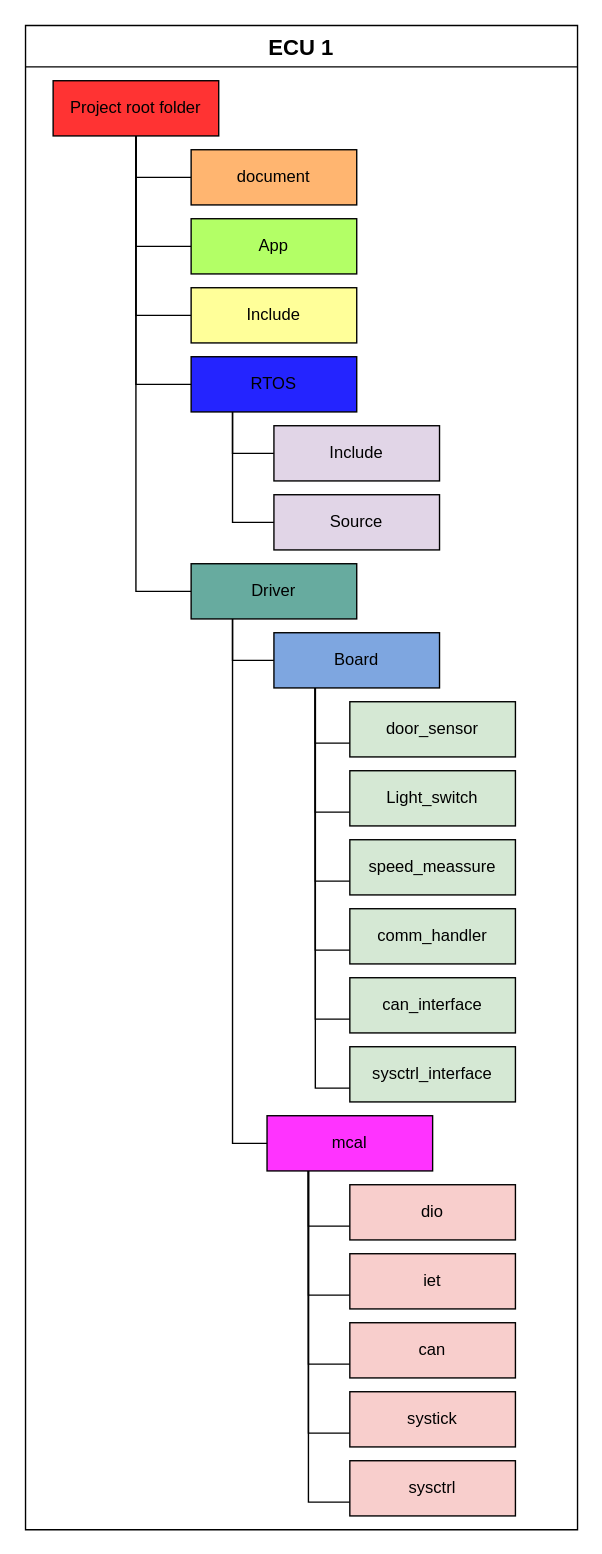
Before: page "ECU 1 Folder structure" (4 of 6) of 1-Automotive_Door_Monitor_Static_Design.drawio in Mohamed-abdullah-hassan/EG-FWD_Automotive_door_control, a draw.io diagram. Source tidied: cells renumbered, new cells numbered last; positions are measured from the earlier drawing's top-left corner, leaving out a move shared by most shapes. Both pictures are drawn from the tidied source at 138%, with x=0, y=0 at pixel (25, 25).
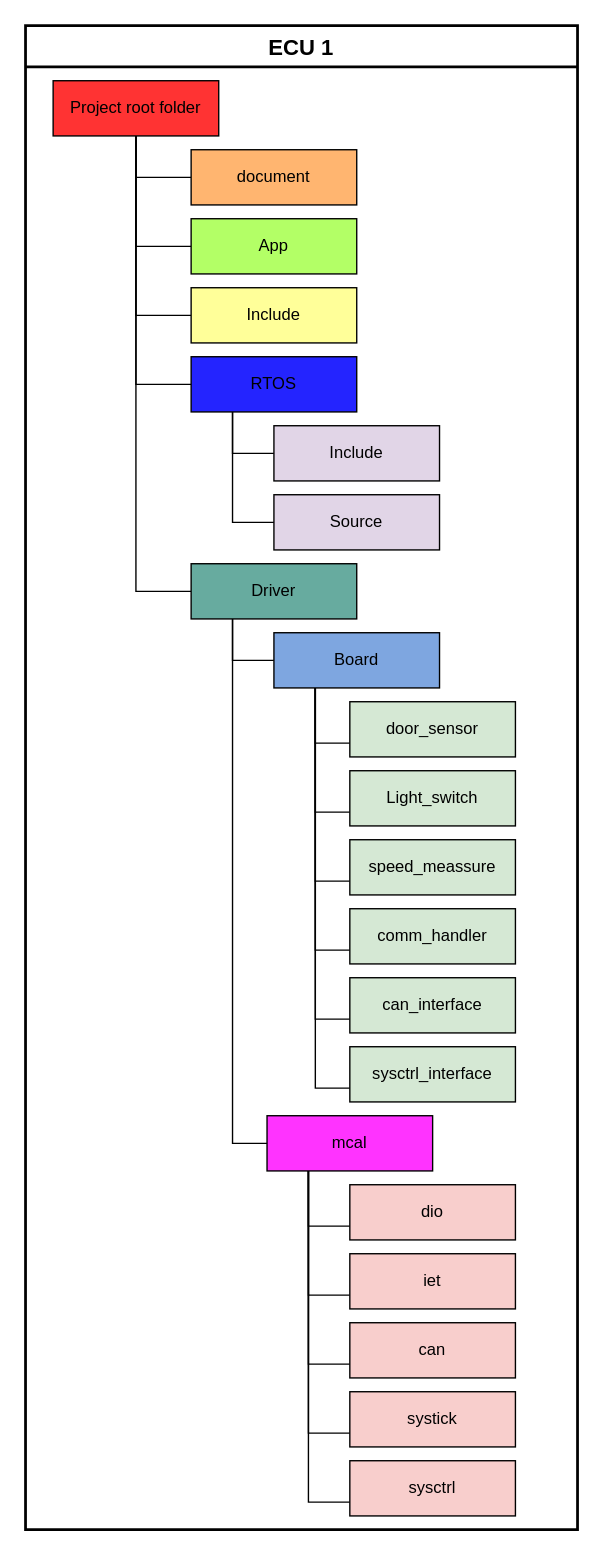
The same diagram, later.

The edit, as a diff of the source:
```diff
@@
-    <mxCell id="2" value="ECU 1" style="swimlane;startSize=30;horizontal=1;containerType=tree;rounded=0;fontSize=16;" parent="1" vertex="1">
+    <mxCell id="2" value="ECU 1" style="swimlane;startSize=30;horizontal=1;containerType=tree;rounded=0;fontSize=16;strokeWidth=2;" parent="1" vertex="1">
       <mxGeometry width="400" height="1090" as="geometry" />
     </mxCell>
```
